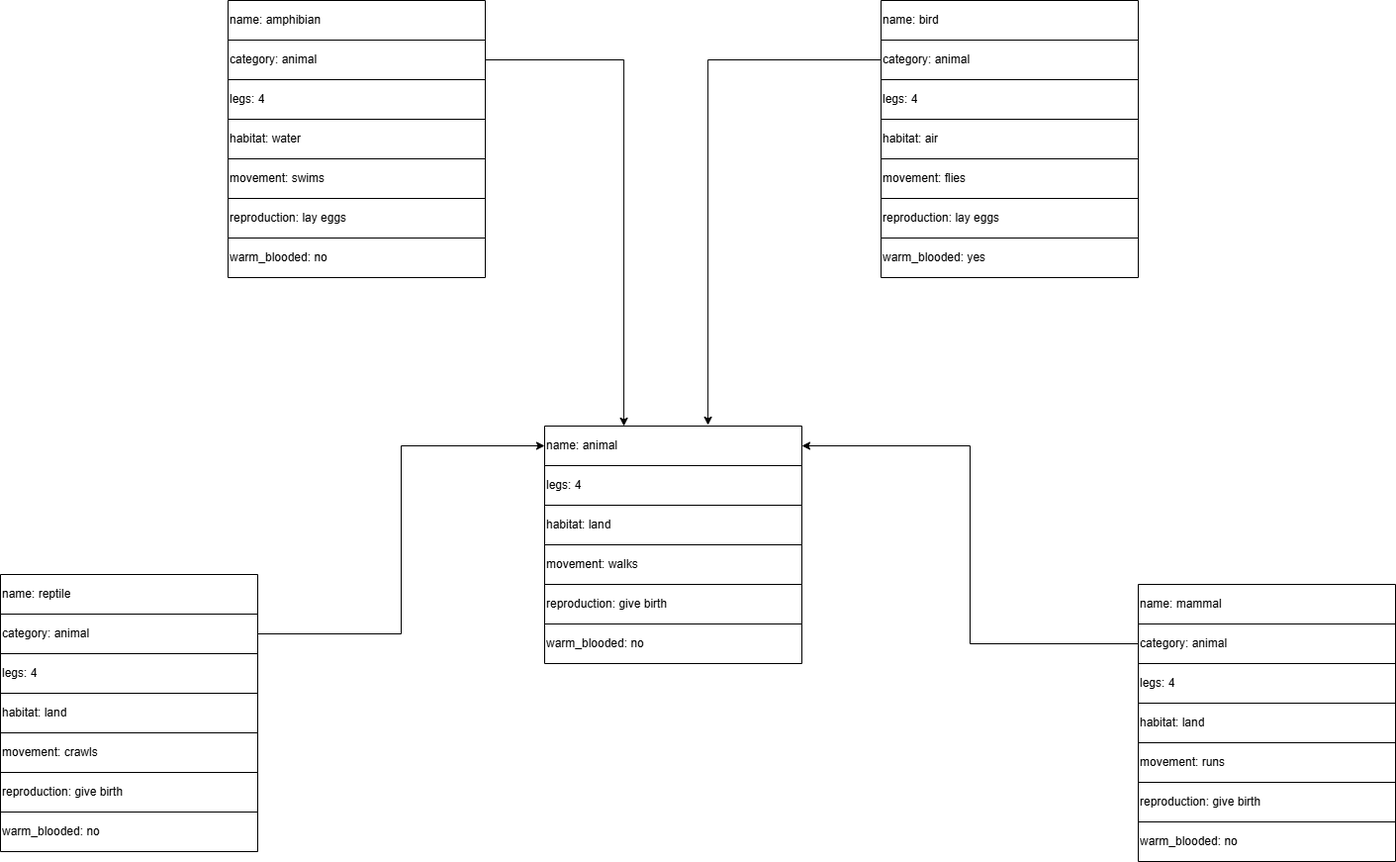
The draw.io diagram Intelligent System/myFrame.drawio.png in another4433/another4433, before a commit. Source tidied: cells renumbered, new cells last; positions are measured from the earlier drawing's top-left corner, leaving out a move shared by most shapes.
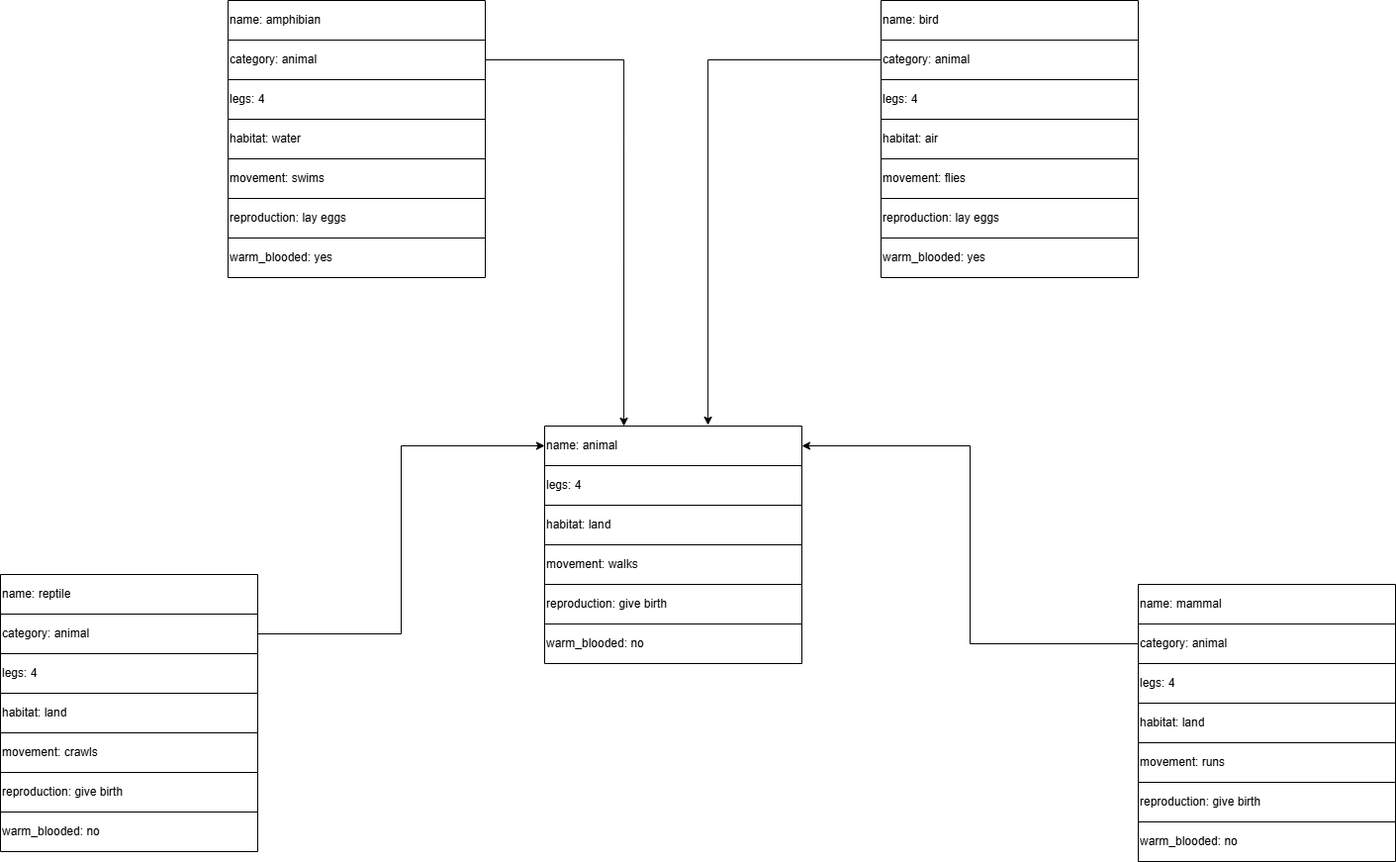
After the commit.

Change to the diagram source:
```diff
@@ -227,7 +227,7 @@
     <mxCell id="76" style="shape=tableRow;horizontal=0;startSize=0;swimlaneHead=0;swimlaneBody=0;strokeColor=inherit;top=0;left=0;bottom=0;right=0;fillColor=none;" parent="63" vertex="1">
       <mxGeometry y="240" width="260" height="40" as="geometry" />
     </mxCell>
-    <mxCell id="77" value="warm_blooded: no" style="shape=partialRectangle;html=1;whiteSpace=wrap;strokeColor=inherit;overflow=hidden;fillColor=none;top=0;left=0;bottom=0;right=0;align=left;" parent="76" vertex="1">
+    <mxCell id="77" value="warm_blooded: yes" style="shape=partialRectangle;html=1;whiteSpace=wrap;strokeColor=inherit;overflow=hidden;fillColor=none;top=0;left=0;bottom=0;right=0;align=left;" parent="76" vertex="1">
       <mxGeometry width="260" height="40" as="geometry" />
     </mxCell>
     <mxCell id="78" style="edgeStyle=orthogonalEdgeStyle;rounded=0;jettySize=auto;html=1;entryX=0.308;entryY=0;entryDx=0;entryDy=0;entryPerimeter=0;" parent="1" edge="1" source="66" target="3">
```
